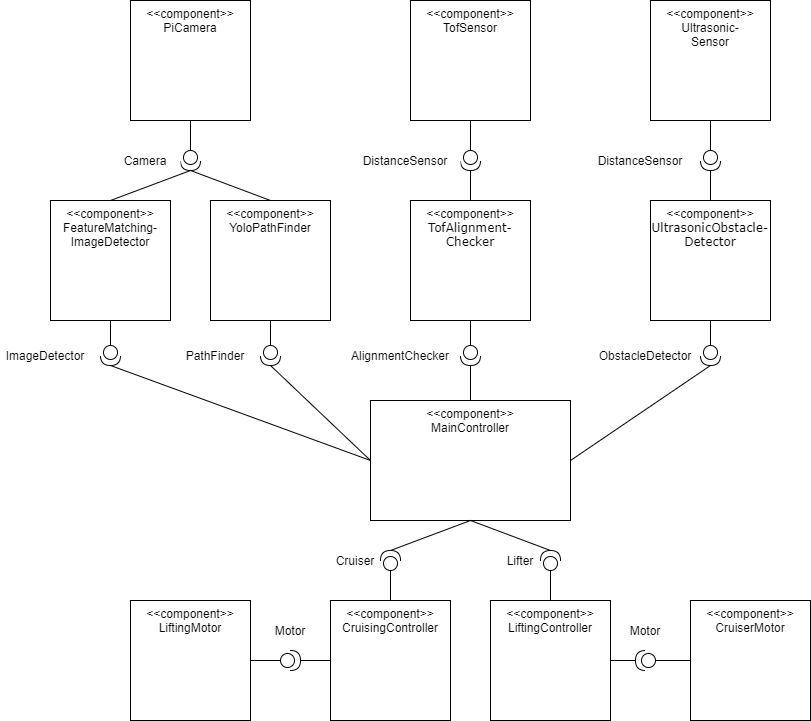
Above: img/softwarearchitektur/Softwarearchitektur.png in randombenj/hslu-pren2-doc (draw.io), before the change. Source tidied: cells renumbered, new cells last; positions are measured from the earlier drawing's top-left corner, leaving out a move shared by most shapes.
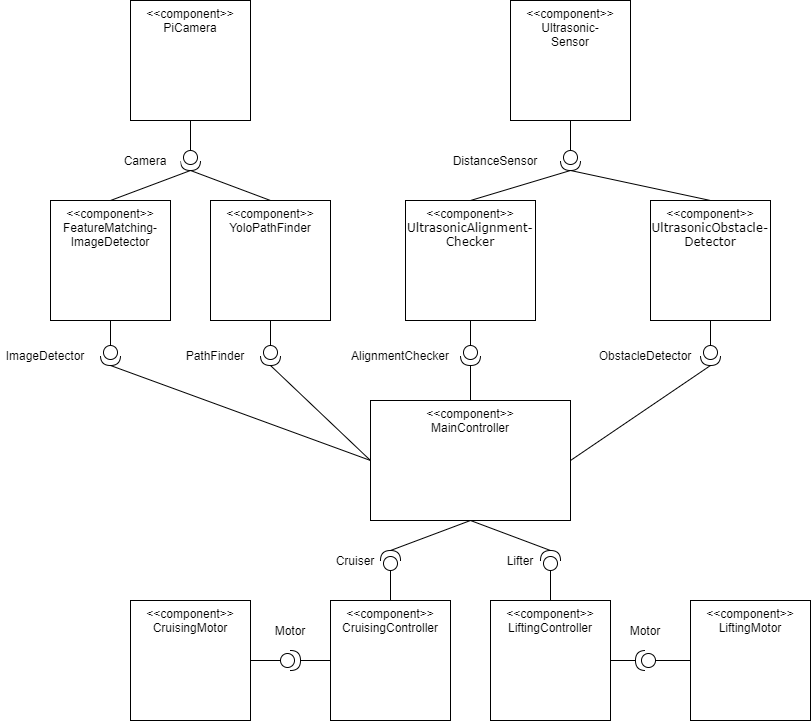
After the commit.

What changed in the source:
```diff
@@ -35,8 +35,8 @@
     <mxCell id="12" style="edgeStyle=orthogonalEdgeStyle;rounded=0;jettySize=auto;html=1;entryX=0;entryY=0.5;entryDx=0;entryDy=0;entryPerimeter=0;endArrow=none;endFill=0;" parent="1" edge="1" source="13" target="16">
       <mxGeometry relative="1" as="geometry" />
     </mxCell>
-    <mxCell id="13" value="&amp;lt;&amp;lt;component&amp;gt;&amp;gt;&lt;br&gt;&lt;div&gt;&lt;span&gt;&lt;font face=&quot;verdana&quot;&gt;TofAlignment-&lt;br&gt;Checker&lt;/font&gt;&lt;/span&gt;&lt;/div&gt;" style="rounded=0;whiteSpace=wrap;html=1;verticalAlign=top;align=center;" parent="1" vertex="1">
-      <mxGeometry x="410" y="200" width="120" height="120" as="geometry" />
+    <mxCell id="13" value="&amp;lt;&amp;lt;component&amp;gt;&amp;gt;&lt;br&gt;&lt;div&gt;&lt;span&gt;&lt;font face=&quot;verdana&quot;&gt;UltrasonicAlignment-&lt;br&gt;Checker&lt;/font&gt;&lt;/span&gt;&lt;/div&gt;" style="rounded=0;whiteSpace=wrap;html=1;verticalAlign=top;align=center;" parent="1" vertex="1">
+      <mxGeometry x="405" y="200" width="130" height="120" as="geometry" />
     </mxCell>
     <mxCell id="14" style="group;" parent="1" vertex="1">
       <mxGeometry x="650" y="200" width="120" height="120" as="geometry" />
@@ -115,40 +115,25 @@
     <mxCell id="38" value="Camera" style="text;html=1;align=center;verticalAlign=middle;whiteSpace=wrap;rounded=0;fillColor=#ffffff;" parent="1" vertex="1">
       <mxGeometry x="110" y="150" width="70" height="20" as="geometry" />
     </mxCell>
-    <mxCell id="39" style="edgeStyle=none;rounded=0;jettySize=auto;html=1;exitX=0.5;exitY=1;exitDx=0;exitDy=0;entryX=0;entryY=0.5;entryDx=0;entryDy=0;entryPerimeter=0;endArrow=none;endFill=0;" parent="1" edge="1" source="40" target="44">
+    <mxCell id="39" style="edgeStyle=none;rounded=0;jettySize=auto;html=1;exitX=0.5;exitY=1;exitDx=0;exitDy=0;entryX=0;entryY=0.5;entryDx=0;entryDy=0;entryPerimeter=0;endArrow=none;endFill=0;" parent="1" edge="1" source="42" target="44">
       <mxGeometry relative="1" as="geometry" />
     </mxCell>
-    <mxCell id="40" value="&amp;lt;&amp;lt;component&amp;gt;&amp;gt;&lt;br&gt;TofSensor" style="rounded=0;whiteSpace=wrap;html=1;verticalAlign=top;" parent="1" vertex="1">
-      <mxGeometry x="410" width="120" height="120" as="geometry" />
-    </mxCell>
-    <mxCell id="41" style="edgeStyle=none;rounded=0;jettySize=auto;html=1;entryX=0;entryY=0.5;entryDx=0;entryDy=0;entryPerimeter=0;endArrow=none;endFill=0;" parent="1" edge="1" source="42" target="46">
-      <mxGeometry relative="1" as="geometry" />
-    </mxCell>
     <mxCell id="42" value="&amp;lt;&amp;lt;component&amp;gt;&amp;gt;&lt;br&gt;Ultrasonic-&lt;br&gt;Sensor" style="rounded=0;whiteSpace=wrap;html=1;verticalAlign=top;" parent="1" vertex="1">
-      <mxGeometry x="650" width="120" height="120" as="geometry" />
+      <mxGeometry x="510" width="120" height="120" as="geometry" />
     </mxCell>
     <mxCell id="43" style="edgeStyle=none;rounded=0;jettySize=auto;html=1;exitX=1;exitY=0.5;exitDx=0;exitDy=0;exitPerimeter=0;entryX=0.5;entryY=0;entryDx=0;entryDy=0;endArrow=none;endFill=0;" parent="1" edge="1" source="44" target="13">
       <mxGeometry relative="1" as="geometry" />
     </mxCell>
     <mxCell id="44" style="shape=providedRequiredInterface;html=1;verticalLabelPosition=bottom;rotation=90;" parent="1" vertex="1">
-      <mxGeometry x="460" y="150" width="20" height="20" as="geometry" />
+      <mxGeometry x="560" y="150" width="20" height="20" as="geometry" />
     </mxCell>
-    <mxCell id="45" style="edgeStyle=none;rounded=0;jettySize=auto;html=1;exitX=1;exitY=0.5;exitDx=0;exitDy=0;exitPerimeter=0;entryX=0.5;entryY=0;entryDx=0;entryDy=0;endArrow=none;endFill=0;" parent="1" edge="1" source="46" target="15">
-      <mxGeometry relative="1" as="geometry" />
-    </mxCell>
-    <mxCell id="46" style="shape=providedRequiredInterface;html=1;verticalLabelPosition=bottom;rotation=90;" parent="1" vertex="1">
-      <mxGeometry x="700" y="150" width="20" height="20" as="geometry" />
-    </mxCell>
     <mxCell id="47" value="AlignmentChecker" style="text;html=1;align=center;verticalAlign=middle;whiteSpace=wrap;rounded=0;fillColor=#ffffff;" parent="1" vertex="1">
       <mxGeometry x="345" y="345" width="110" height="20" as="geometry" />
     </mxCell>
-    <mxCell id="48" value="DistanceSensor" style="text;html=1;align=center;verticalAlign=middle;whiteSpace=wrap;rounded=0;fillColor=#ffffff;" parent="1" vertex="1">
-      <mxGeometry x="585" y="150" width="110" height="20" as="geometry" />
-    </mxCell>
     <mxCell id="49" style="edgeStyle=none;rounded=0;jettySize=auto;html=1;exitX=0;exitY=0.5;exitDx=0;exitDy=0;entryX=0;entryY=0.5;entryDx=0;entryDy=0;entryPerimeter=0;endArrow=none;endFill=0;" parent="1" edge="1" source="50" target="52">
       <mxGeometry relative="1" as="geometry" />
     </mxCell>
-    <mxCell id="50" value="&amp;lt;&amp;lt;component&amp;gt;&amp;gt;&lt;br&gt;CruiserMotor" style="rounded=0;whiteSpace=wrap;html=1;verticalAlign=top;" parent="1" vertex="1">
+    <mxCell id="50" value="&amp;lt;&amp;lt;component&amp;gt;&amp;gt;&lt;br&gt;LiftingMotor" style="rounded=0;whiteSpace=wrap;html=1;verticalAlign=top;" parent="1" vertex="1">
       <mxGeometry x="690" y="600" width="120" height="120" as="geometry" />
     </mxCell>
     <mxCell id="51" style="edgeStyle=none;rounded=0;jettySize=auto;html=1;exitX=1;exitY=0.5;exitDx=0;exitDy=0;exitPerimeter=0;entryX=1;entryY=0.5;entryDx=0;entryDy=0;endArrow=none;endFill=0;" parent="1" edge="1" source="52" target="23">
@@ -164,7 +149,7 @@
       <mxGeometry x="620" y="620" width="50" height="20" as="geometry" />
     </mxCell>
     <mxCell id="55" value="DistanceSensor" style="text;html=1;align=center;verticalAlign=middle;whiteSpace=wrap;rounded=0;fillColor=#ffffff;" parent="1" vertex="1">
-      <mxGeometry x="350" y="150" width="110" height="20" as="geometry" />
+      <mxGeometry x="440" y="150" width="110" height="20" as="geometry" />
     </mxCell>
     <mxCell id="56" style="edgeStyle=none;rounded=0;jettySize=auto;html=1;exitX=1;exitY=0.5;exitDx=0;exitDy=0;exitPerimeter=0;entryX=0;entryY=0.5;entryDx=0;entryDy=0;endArrow=none;endFill=0;" parent="1" edge="1" source="57" target="29">
       <mxGeometry relative="1" as="geometry" />
@@ -175,11 +160,14 @@
     <mxCell id="58" style="edgeStyle=none;rounded=0;jettySize=auto;html=1;exitX=1;exitY=0.5;exitDx=0;exitDy=0;entryX=0;entryY=0.5;entryDx=0;entryDy=0;entryPerimeter=0;endArrow=none;endFill=0;" parent="1" edge="1" source="59" target="57">
       <mxGeometry relative="1" as="geometry" />
     </mxCell>
-    <mxCell id="59" value="&amp;lt;&amp;lt;component&amp;gt;&amp;gt;&lt;br&gt;LiftingMotor" style="rounded=0;whiteSpace=wrap;html=1;verticalAlign=top;" parent="1" vertex="1">
+    <mxCell id="59" value="&amp;lt;&amp;lt;component&amp;gt;&amp;gt;&lt;br&gt;CruisingMotor" style="rounded=0;whiteSpace=wrap;html=1;verticalAlign=top;" parent="1" vertex="1">
       <mxGeometry x="130" y="600" width="120" height="120" as="geometry" />
     </mxCell>
     <mxCell id="60" value="Motor" style="text;html=1;strokeColor=none;fillColor=none;align=center;verticalAlign=middle;whiteSpace=wrap;rounded=0;" parent="1" vertex="1">
       <mxGeometry x="265" y="620" width="50" height="20" as="geometry" />
     </mxCell>
+    <mxCell id="61" style="rounded=0;jettySize=auto;html=1;exitX=0.5;exitY=0;exitDx=0;exitDy=0;entryX=1;entryY=0.5;entryDx=0;entryDy=0;entryPerimeter=0;endArrow=none;endFill=0;" parent="1" edge="1" source="15" target="44">
+      <mxGeometry relative="1" as="geometry" />
+    </mxCell>
   </root>
 </mxGraphModel>
```
